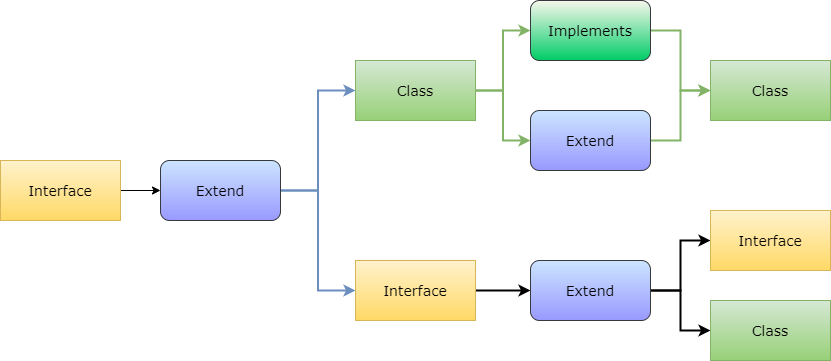
gungunfebrianza/Belajar-Dengan-Jenius-DenoTheWKWKLand keeps this draw.io diagram as Assets/Interface-InterfaceCharacteristic.png. Above is the earlier version. Source tidied: cells renumbered, new cells last; positions are measured from the earlier drawing's top-left corner, leaving out a move shared by most shapes.
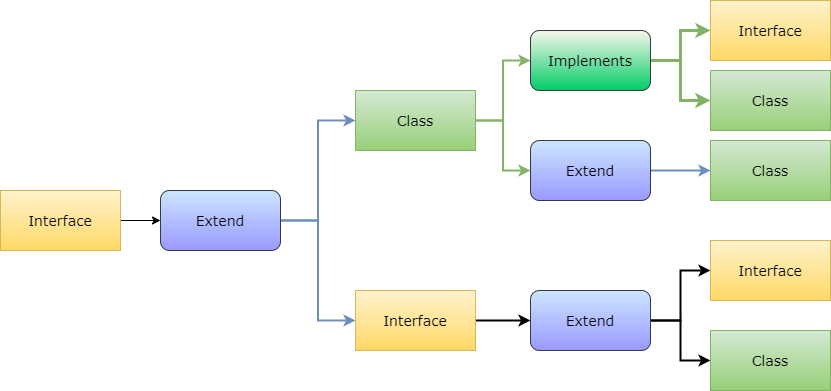
After the commit.

Commit message:
Fix Asset Interface Characteristic

Diff of the diagram source:
```diff
@@ -26,16 +26,19 @@
     <mxCell id="9" value="Extend" style="rounded=1;whiteSpace=wrap;html=1;fontFamily=Verdana;fontSize=14;fillColor=#cce5ff;strokeColor=#36393d;gradientColor=#9999FF;" parent="1" vertex="1">
       <mxGeometry x="160" y="160" width="120" height="60" as="geometry" />
     </mxCell>
-    <mxCell id="10" style="edgeStyle=orthogonalEdgeStyle;rounded=0;jettySize=auto;html=1;exitX=1;exitY=0.5;exitDx=0;exitDy=0;strokeWidth=2;fontFamily=Verdana;fontSize=14;gradientColor=#97d077;fillColor=#d5e8d4;strokeColor=#82b366;" parent="1" edge="1" source="11" target="12">
-      <mxGeometry relative="1" as="geometry" />
-    </mxCell>
+    <mxCell id="22" style="edgeStyle=orthogonalEdgeStyle;rounded=0;jettySize=auto;html=1;exitX=1;exitY=0.5;exitDx=0;exitDy=0;strokeWidth=3;fontFamily=Verdana;fontSize=14;gradientColor=#97d077;fillColor=#d5e8d4;strokeColor=#82b366;" parent="1" edge="1" source="11" target="24">
+      <mxGeometry relative="1" as="geometry" />
+    </mxCell>
+    <mxCell id="23" style="edgeStyle=orthogonalEdgeStyle;rounded=0;jettySize=auto;html=1;exitX=1;exitY=0.5;exitDx=0;exitDy=0;strokeWidth=3;fontFamily=Verdana;fontSize=14;gradientColor=#97d077;fillColor=#d5e8d4;strokeColor=#82b366;" parent="1" edge="1" source="11" target="25">
+      <mxGeometry relative="1" as="geometry" />
+    </mxCell>
     <mxCell id="11" value="Implements" style="rounded=1;whiteSpace=wrap;html=1;fontFamily=Verdana;fontSize=14;fillColor=#f9f7ed;strokeColor=#36393d;gradientColor=#00CC66;" parent="1" vertex="1">
       <mxGeometry x="530" width="120" height="60" as="geometry" />
     </mxCell>
     <mxCell id="12" value="Class" style="rounded=0;whiteSpace=wrap;html=1;fontFamily=Verdana;fontSize=14;fillColor=#d5e8d4;strokeColor=#82b366;gradientColor=#97d077;" parent="1" vertex="1">
-      <mxGeometry x="710" y="60" width="120" height="60" as="geometry" />
+      <mxGeometry x="710" y="110" width="120" height="60" as="geometry" />
     </mxCell>
-    <mxCell id="13" style="edgeStyle=orthogonalEdgeStyle;rounded=0;jettySize=auto;html=1;exitX=1;exitY=0.5;exitDx=0;exitDy=0;entryX=0;entryY=0.5;entryDx=0;entryDy=0;strokeWidth=2;fontFamily=Verdana;fontSize=14;gradientColor=#97d077;fillColor=#d5e8d4;strokeColor=#82b366;" parent="1" edge="1" source="14" target="12">
+    <mxCell id="13" style="edgeStyle=orthogonalEdgeStyle;rounded=0;jettySize=auto;html=1;exitX=1;exitY=0.5;exitDx=0;exitDy=0;entryX=0;entryY=0.5;entryDx=0;entryDy=0;strokeWidth=2;fontFamily=Verdana;fontSize=14;gradientColor=#7ea6e0;fillColor=#dae8fc;strokeColor=#6c8ebf;" parent="1" edge="1" source="14" target="12">
       <mxGeometry relative="1" as="geometry" />
     </mxCell>
     <mxCell id="14" value="Extend" style="rounded=1;whiteSpace=wrap;html=1;fontFamily=Verdana;fontSize=14;fillColor=#cce5ff;strokeColor=#36393d;gradientColor=#9999FF;" parent="1" vertex="1">
@@ -62,5 +65,11 @@
     <mxCell id="21" value="Interface" style="rounded=0;whiteSpace=wrap;html=1;fontFamily=Verdana;fontSize=14;fillColor=#fff2cc;strokeColor=#d6b656;gradientColor=#ffd966;" parent="1" vertex="1">
       <mxGeometry x="710" y="210" width="120" height="60" as="geometry" />
     </mxCell>
+    <mxCell id="24" value="Interface" style="rounded=0;whiteSpace=wrap;html=1;fontFamily=Verdana;fontSize=14;fillColor=#fff2cc;strokeColor=#d6b656;gradientColor=#ffd966;" parent="1" vertex="1">
+      <mxGeometry x="710" y="-30" width="120" height="60" as="geometry" />
+    </mxCell>
+    <mxCell id="25" value="Class" style="rounded=0;whiteSpace=wrap;html=1;fontFamily=Verdana;fontSize=14;fillColor=#d5e8d4;strokeColor=#82b366;gradientColor=#97d077;" parent="1" vertex="1">
+      <mxGeometry x="710" y="40" width="120" height="60" as="geometry" />
+    </mxCell>
   </root>
 </mxGraphModel>
```
